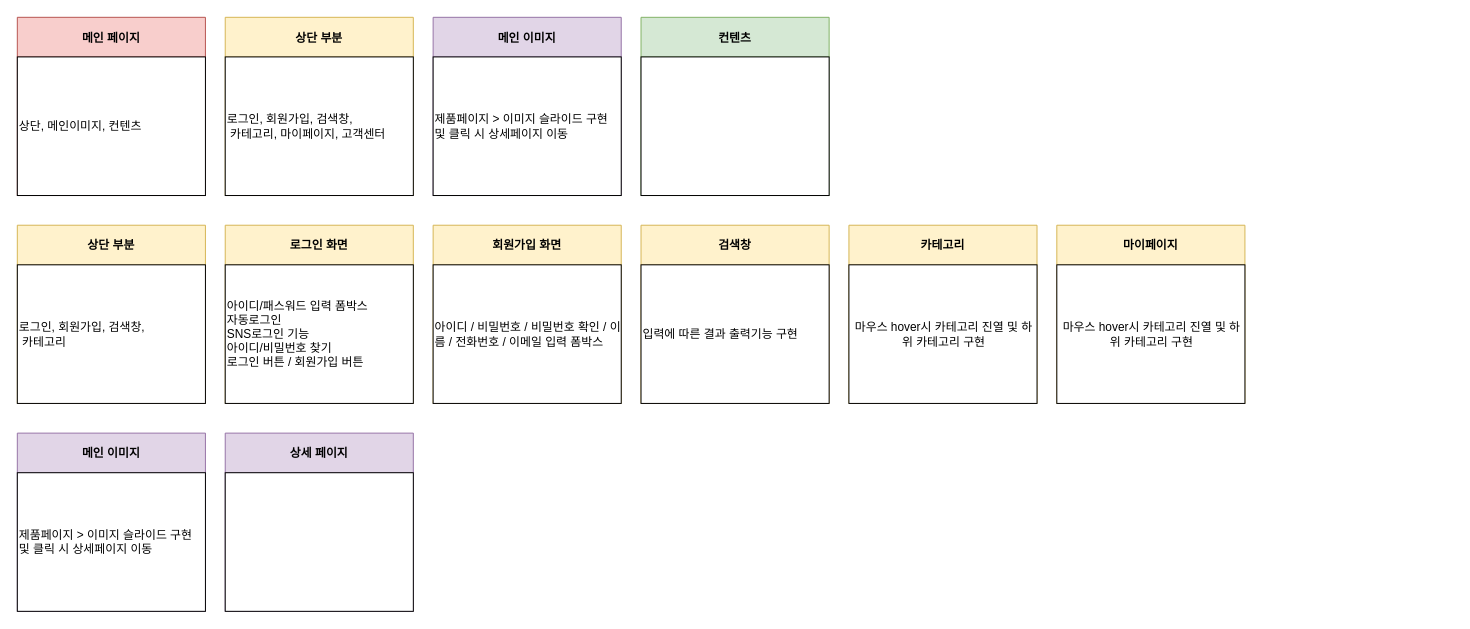
This is Untitled Diagram.drawio from Taeyoung92/Javastudy, a draw.io file, before an edit. Source tidied: cells renumbered, new cells numbered last; positions are measured from the earlier drawing's top-left corner, leaving out a move shared by most shapes. Both pictures are drawn from the tidied source at 99%, with x=0, y=0 at pixel (17, 17).
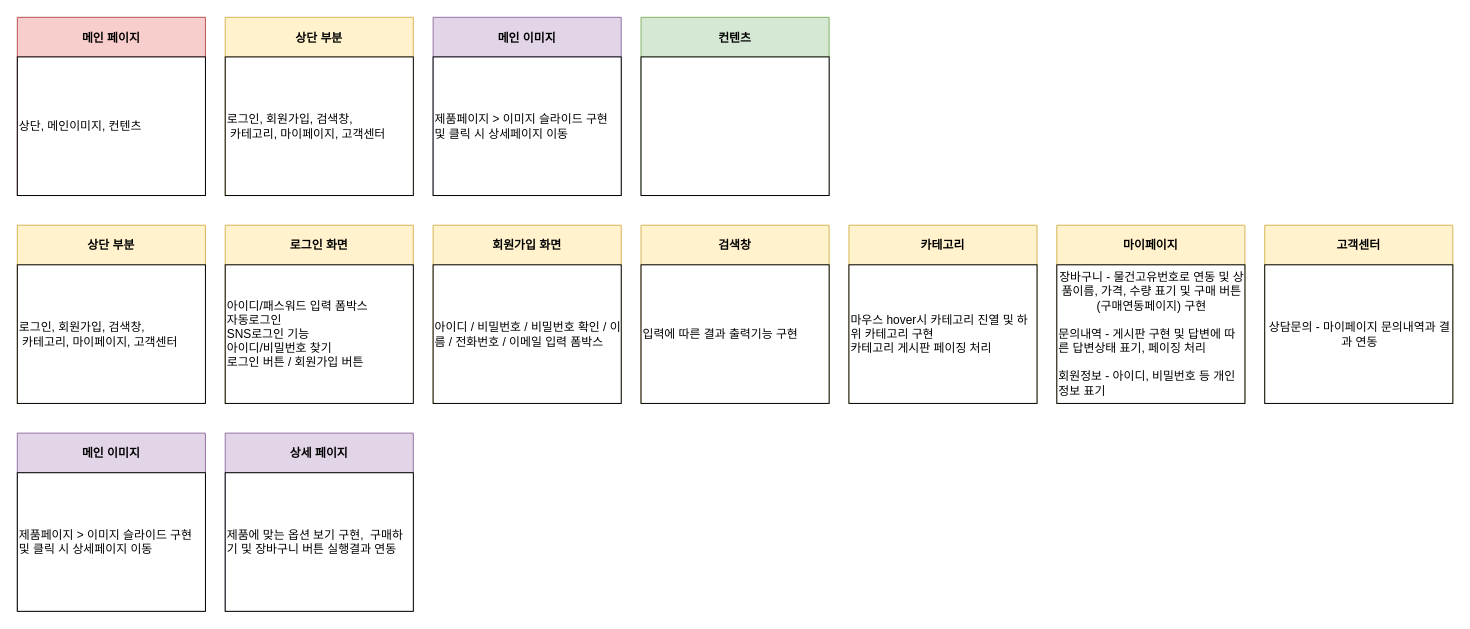
Above is the later version.

The change refers to these unchanged cells:
```xml
<mxCell id="10" value="상단 부분" style="swimlane;startSize=40;fillColor=#fff2cc;strokeColor=#d6b656;labelBackgroundColor=none;" parent="1" vertex="1">
  <mxGeometry y="210" width="190" height="180" as="geometry" />
</mxCell>
<mxCell id="18" value="카테고리" style="swimlane;startSize=40;fillColor=#fff2cc;strokeColor=#d6b656;labelBackgroundColor=none;" parent="1" vertex="1">
  <mxGeometry x="840" y="210" width="190" height="180" as="geometry" />
</mxCell>
<mxCell id="22" value="상세 페이지" style="swimlane;startSize=40;fillColor=#e1d5e7;strokeColor=#9673a6;labelBackgroundColor=none;" parent="1" vertex="1">
  <mxGeometry x="210" y="420" width="190" height="180" as="geometry" />
</mxCell>
<mxCell id="24" value="마이페이지" style="swimlane;startSize=40;fillColor=#fff2cc;strokeColor=#d6b656;labelBackgroundColor=none;" parent="1" vertex="1">
  <mxGeometry x="1050" y="210" width="190" height="180" as="geometry" />
</mxCell>
```

The edit, as a diff of the source:
```diff
@@
-    <mxCell id="11" value="&lt;span style=&quot;text-align: center;&quot;&gt;로그인, 회원가입, 검색창,&lt;/span&gt;&lt;br style=&quot;text-align: center&quot;&gt;&lt;span style=&quot;text-align: center;&quot;&gt;&amp;nbsp;카테고리&lt;/span&gt;" style="whiteSpace=wrap;html=1;labelBackgroundColor=none;align=left;" parent="10" vertex="1">
+    <mxCell id="11" value="&lt;span style=&quot;text-align: center&quot;&gt;로그인, 회원가입, 검색창,&lt;/span&gt;&lt;br style=&quot;text-align: center&quot;&gt;&lt;span style=&quot;text-align: center&quot;&gt;&amp;nbsp;카테고리, 마이페이지, 고객센터&lt;/span&gt;" style="whiteSpace=wrap;html=1;labelBackgroundColor=none;align=left;" parent="10" vertex="1">
       <mxGeometry y="40" width="190" height="140" as="geometry" />
     </mxCell>
@@
-    <mxCell id="19" value="&lt;div style=&quot;text-align: center&quot;&gt;&lt;span&gt;마우스 hover시 카테고리 진열 및 하위 카테고리 구현&lt;/span&gt;&lt;/div&gt;" style="whiteSpace=wrap;html=1;labelBackgroundColor=none;align=left;" parent="18" vertex="1">
+    <mxCell id="19" value="&lt;div&gt;&lt;span&gt;마우스 hover시 카테고리 진열 및 하위 카테고리 구현&lt;/span&gt;&lt;/div&gt;&lt;div&gt;&lt;span&gt;카테고리 게시판 페이징 처리&lt;/span&gt;&lt;/div&gt;" style="whiteSpace=wrap;html=1;labelBackgroundColor=none;align=left;" parent="18" vertex="1">
       <mxGeometry y="40" width="190" height="140" as="geometry" />
     </mxCell>
@@
-    <mxCell id="23" style="whiteSpace=wrap;html=1;labelBackgroundColor=none;align=left;" parent="22" vertex="1">
+    <mxCell id="23" value="제품에 맞는 옵션 보기 구현,&amp;nbsp; 구매하기 및 장바구니 버튼 실행결과 연동&amp;nbsp;" style="whiteSpace=wrap;html=1;labelBackgroundColor=none;align=left;" parent="22" vertex="1">
       <mxGeometry y="40" width="190" height="140" as="geometry" />
     </mxCell>
@@
-    <mxCell id="25" value="&lt;div style=&quot;text-align: center&quot;&gt;&lt;span&gt;마우스 hover시 카테고리 진열 및 하위 카테고리 구현&lt;/span&gt;&lt;/div&gt;" style="whiteSpace=wrap;html=1;labelBackgroundColor=none;align=left;" parent="24" vertex="1">
+    <mxCell id="25" value="&lt;div style=&quot;text-align: center&quot;&gt;장바구니 - 물건고유번호로 연동 및 상품이름, 가격, 수량 표기 및 구매 버튼(구매연동페이지) 구현&lt;/div&gt;&lt;div&gt;&lt;br&gt;&lt;/div&gt;&lt;div&gt;문의내역 - 게시판 구현 및 답변에 따른 답변상태 표기, 페이징 처리&lt;/div&gt;&lt;div&gt;&lt;br&gt;&lt;/div&gt;&lt;div&gt;회원정보 - 아이디, 비밀번호 등 개인정보 표기&lt;/div&gt;" style="whiteSpace=wrap;html=1;labelBackgroundColor=none;align=left;" parent="24" vertex="1">
       <mxGeometry y="40" width="190" height="140" as="geometry" />
     </mxCell>
+    <mxCell id="26" value="고객센터" style="swimlane;startSize=40;fillColor=#fff2cc;strokeColor=#d6b656;labelBackgroundColor=none;" parent="1" vertex="1">
+      <mxGeometry x="1260" y="210" width="190" height="180" as="geometry" />
+    </mxCell>
+    <mxCell id="27" value="&lt;div style=&quot;text-align: center&quot;&gt;상담문의 - 마이페이지 문의내역과 결과 연동&lt;/div&gt;" style="whiteSpace=wrap;html=1;labelBackgroundColor=none;align=left;" parent="26" vertex="1">
+      <mxGeometry y="40" width="190" height="140" as="geometry" />
+    </mxCell>
```
